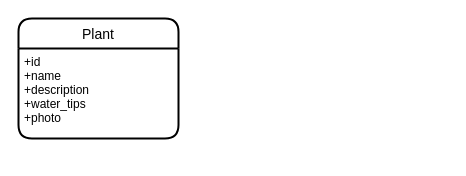
Above: documentation/db.drawio in lucas-ssv/plant-manager-api (draw.io), before the change. Source tidied: cells renumbered, new cells numbered last; positions are measured from the earlier drawing's top-left corner, leaving out a move shared by most shapes. Both pictures are drawn from the tidied source at 100%, with x=0, y=0 at pixel (18, 18).
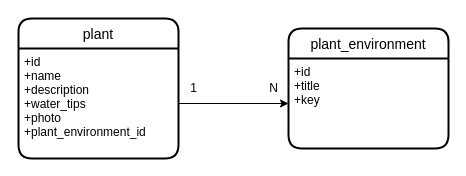
After the change.

Commit message (it also covers changes not shown here):
feat: add LoadPlantEnvironments usecase

What changed in the source:
```diff
@@
 <mxGraphModel>
   <root>
     <mxCell id="0" />
     <mxCell id="1" parent="0" />
-    <mxCell id="2" value="Plant" style="swimlane;horizontal=1;startSize=30;rounded=1;fontSize=14;fontStyle=0;strokeWidth=2;shadow=0;dashed=0;align=center;fillStyle=dashed;" parent="1" vertex="1">
-      <mxGeometry width="160" height="120" as="geometry" />
+    <mxCell id="2" value="plant" style="swimlane;horizontal=1;startSize=30;rounded=1;fontSize=14;fontStyle=0;strokeWidth=2;shadow=0;dashed=0;align=center;fillStyle=dashed;" parent="1" vertex="1">
+      <mxGeometry width="160" height="140" as="geometry" />
     </mxCell>
-    <mxCell id="3" value="+id&#10;+name&#10;+description&#10;+water_tips&#10;+photo" style="align=left;strokeColor=none;fillColor=none;spacingLeft=4;fontSize=12;verticalAlign=top;fillStyle=dashed;" parent="2" vertex="1">
-      <mxGeometry y="30" width="160" height="90" as="geometry" />
+    <mxCell id="3" value="+id&#10;+name&#10;+description&#10;+water_tips&#10;+photo&#10;+plant_environment_id" style="align=left;strokeColor=none;fillColor=none;spacingLeft=4;fontSize=12;verticalAlign=top;fillStyle=dashed;" parent="2" vertex="1">
+      <mxGeometry y="30" width="160" height="110" as="geometry" />
     </mxCell>
+    <mxCell id="4" value="plant_environment" style="swimlane;horizontal=1;startSize=30;rounded=1;fontSize=14;fontStyle=0;strokeWidth=2;shadow=0;dashed=0;align=center;fillStyle=dashed;" parent="1" vertex="1">
+      <mxGeometry x="270" y="10" width="160" height="120" as="geometry" />
+    </mxCell>
+    <mxCell id="5" value="+id&#10;+title&#10;+key" style="align=left;strokeColor=none;fillColor=none;spacingLeft=4;fontSize=12;verticalAlign=top;fillStyle=dashed;" parent="4" vertex="1">
+      <mxGeometry y="30" width="160" height="90" as="geometry" />
+    </mxCell>
+    <mxCell id="6" style="edgeStyle=none;html=1;" parent="1" edge="1" source="3" target="5">
+      <mxGeometry relative="1" as="geometry" />
+    </mxCell>
+    <mxCell id="7" value="1" style="text;html=1;align=center;verticalAlign=middle;strokeColor=none;fillColor=none;" parent="1" vertex="1">
+      <mxGeometry x="160" y="55" width="30" height="30" as="geometry" />
+    </mxCell>
+    <mxCell id="8" value="N" style="text;html=1;align=center;verticalAlign=middle;strokeColor=none;fillColor=none;" parent="1" vertex="1">
+      <mxGeometry x="240" y="55" width="30" height="30" as="geometry" />
+    </mxCell>
   </root>
 </mxGraphModel>
```
